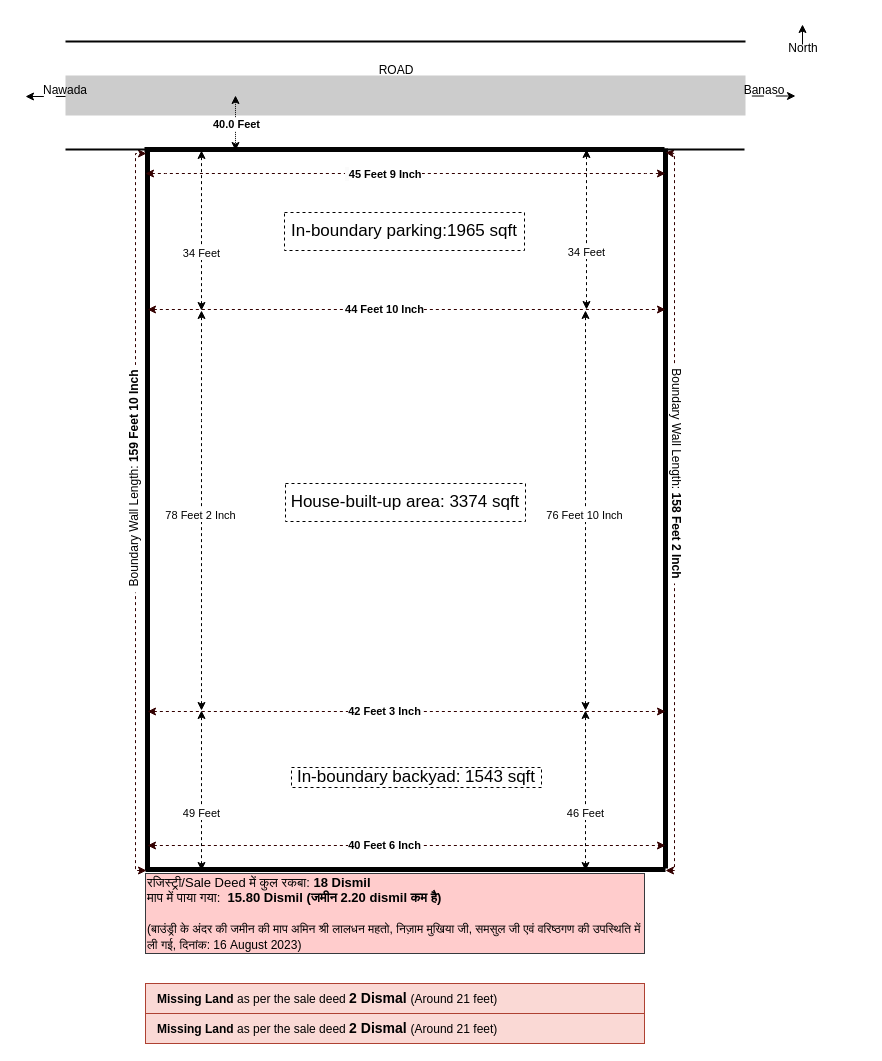
Before: drawing/banaso-land/Untitled Diagram.drawio in javabrown/draw.io, a draw.io diagram. Source tidied: cells renumbered, new cells numbered last; positions are measured from the earlier drawing's top-left corner, leaving out a move shared by most shapes. Both pictures are drawn from the tidied source at 100%, with x=0, y=0 at pixel (20, 24).
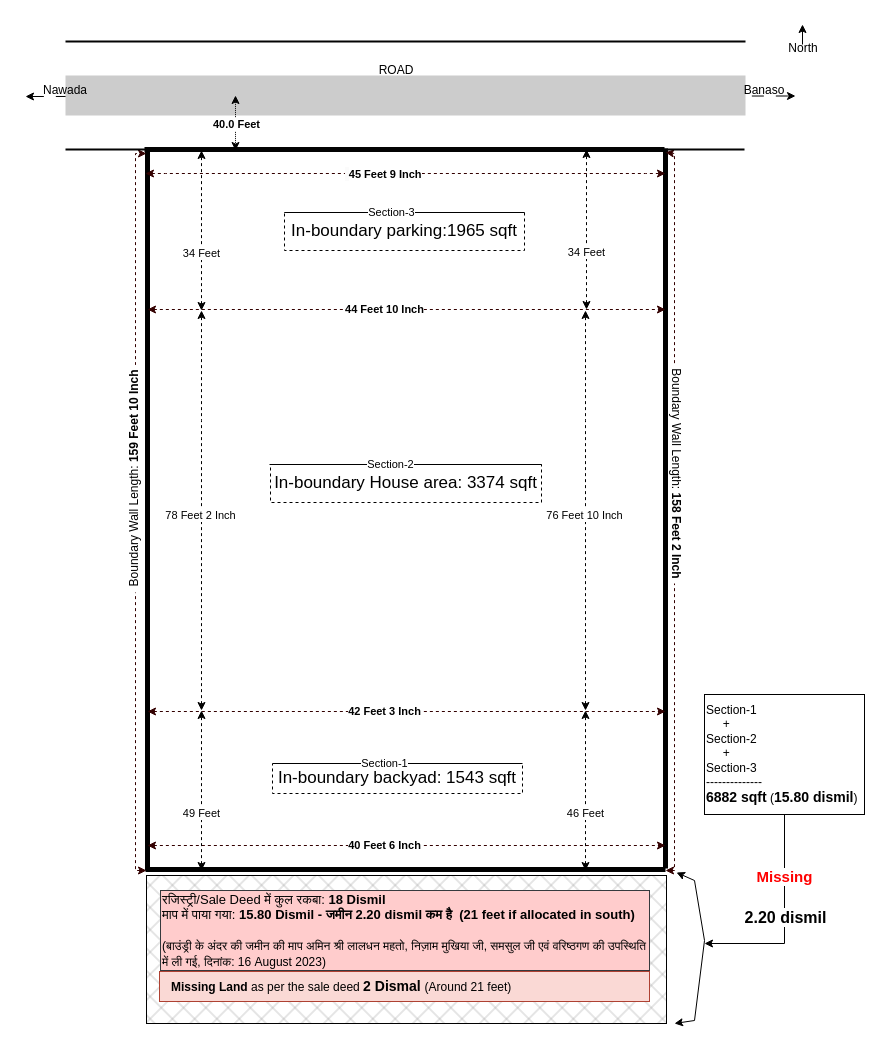
Above is the later version.

The change refers to these unchanged cells:
```xml
<mxCell id="43" value="In-boundary parking:1965 sqft" style="text;html=1;strokeColor=default;fillColor=none;align=center;verticalAlign=middle;whiteSpace=wrap;rounded=0;strokeWidth=1;fontSize=17;labelBorderColor=none;dashed=1;" parent="1" vertex="1">
  <mxGeometry x="264" y="188" width="240" height="38" as="geometry" />
</mxCell>
```

The edit, as a diff of the source:
```diff
@@
+    <mxCell id="51" style="rounded=0;whiteSpace=wrap;html=1;fillStyle=cross-hatch;fillColor=#999999;" parent="1" vertex="1">
+      <mxGeometry x="126" y="851" width="520" height="148" as="geometry" />
+    </mxCell>
@@
-    <mxCell id="41" value="&amp;nbsp; &amp;nbsp;&lt;b&gt;Missing Land&lt;/b&gt; as per the sale deed &lt;b&gt;&lt;font style=&quot;font-size: 14px;&quot;&gt;2 Dismal &lt;/font&gt;&lt;/b&gt;(Around 21 feet)" style="text;whiteSpace=wrap;html=1;fillColor=#fad9d5;strokeColor=#ae4132;" parent="1" vertex="1">
-      <mxGeometry x="125" y="989" width="499" height="30" as="geometry" />
-    </mxCell>
-    <mxCell id="42" value="&lt;span style=&quot;background-color: initial;&quot;&gt;रजिस्ट्री/Sale Deed में कुल रकबा: &lt;/span&gt;&lt;b style=&quot;background-color: initial;&quot;&gt;18 Dismil&lt;/b&gt;&lt;span style=&quot;background-color: initial;&quot;&gt;&amp;nbsp; &amp;nbsp; &amp;nbsp; &amp;nbsp;&lt;/span&gt;&lt;br&gt;&lt;span style=&quot;background-color: initial;&quot;&gt;माप में पाया गया:&amp;nbsp; &lt;/span&gt;&lt;b style=&quot;background-color: initial;&quot;&gt;15.80&amp;nbsp;&lt;/b&gt;&lt;b style=&quot;background-color: initial;&quot;&gt;Dismil&lt;/b&gt;&lt;b style=&quot;background-color: initial;&quot;&gt;&amp;nbsp;(&lt;/b&gt;&lt;b&gt;जमीन 2.20 dismil कम है)&lt;/b&gt;&lt;br&gt;&lt;br&gt;&lt;div style=&quot;&quot;&gt;&lt;font style=&quot;font-size: 12px;&quot;&gt;(बाउंड्री के अंदर की जमीन की माप अमिन श्री लालधन महतो, निज़ाम मुखिया जी, समसुल जी एवं वरिष्ठगण की उपस्थिति में ली गई, दिनांक: 16 August 2023)&lt;/font&gt;&lt;/div&gt;" style="text;html=1;align=left;verticalAlign=middle;whiteSpace=wrap;rounded=0;strokeColor=#36393d;fillColor=#ffcccc;fontSize=13;" parent="1" vertex="1">
-      <mxGeometry x="125" y="849" width="499" height="80" as="geometry" />
+    <mxCell id="42" value="&lt;span style=&quot;background-color: initial;&quot;&gt;रजिस्ट्री/Sale Deed में कुल रकबा: &lt;/span&gt;&lt;b style=&quot;background-color: initial;&quot;&gt;18 Dismil&lt;/b&gt;&lt;span style=&quot;background-color: initial;&quot;&gt;&amp;nbsp; &amp;nbsp; &amp;nbsp; &amp;nbsp;&lt;/span&gt;&lt;br&gt;&lt;span style=&quot;background-color: initial;&quot;&gt;माप में पाया गया:&amp;nbsp;&lt;/span&gt;&lt;b style=&quot;background-color: initial;&quot;&gt;15.80&amp;nbsp;&lt;/b&gt;&lt;b style=&quot;background-color: initial;&quot;&gt;Dismil&lt;/b&gt;&lt;b style=&quot;background-color: initial;&quot;&gt;&amp;nbsp;-&amp;nbsp;&lt;/b&gt;&lt;b&gt;जमीन 2.20 dismil कम है&amp;nbsp; (21 feet if allocated in south)&lt;/b&gt;&lt;br&gt;&lt;br&gt;&lt;div style=&quot;&quot;&gt;&lt;font style=&quot;font-size: 12px;&quot;&gt;(बाउंड्री के अंदर की जमीन की माप अमिन श्री लालधन महतो, निज़ाम मुखिया जी, समसुल जी एवं वरिष्ठगण की उपस्थिति में ली गई, दिनांक: 16 August 2023)&lt;/font&gt;&lt;/div&gt;" style="text;html=1;align=left;verticalAlign=middle;whiteSpace=wrap;rounded=0;strokeColor=#36393d;fillColor=#ffcccc;fontSize=13;" parent="1" vertex="1">
+      <mxGeometry x="140" y="866" width="489" height="80" as="geometry" />
     </mxCell>
@@
     <mxCell id="46" value="In-boundary backyad: 1543 sqft" style="text;html=1;strokeColor=default;fillColor=none;align=center;verticalAlign=middle;whiteSpace=wrap;rounded=0;strokeWidth=1;fontSize=17;labelBorderColor=none;dashed=1;" parent="1" vertex="1">
-      <mxGeometry x="271" y="743" width="250" height="20" as="geometry" />
+      <mxGeometry x="252" y="739" width="250" height="30" as="geometry" />
     </mxCell>
-    <mxCell id="47" value="House-built-up area: 3374 sqft" style="text;html=1;strokeColor=default;fillColor=none;align=center;verticalAlign=middle;whiteSpace=wrap;rounded=0;strokeWidth=1;fontSize=17;labelBorderColor=none;dashed=1;" parent="1" vertex="1">
-      <mxGeometry x="265" y="459" width="240" height="38" as="geometry" />
+    <mxCell id="47" value="In-boundary House area: 3374 sqft" style="text;html=1;strokeColor=default;fillColor=none;align=center;verticalAlign=middle;whiteSpace=wrap;rounded=0;strokeWidth=1;fontSize=17;labelBorderColor=none;dashed=1;" parent="1" vertex="1">
+      <mxGeometry x="250" y="440" width="271" height="38" as="geometry" />
     </mxCell>
@@
     <mxCell id="50" value="&amp;nbsp; &amp;nbsp;&lt;b&gt;Missing Land&lt;/b&gt; as per the sale deed &lt;b&gt;&lt;font style=&quot;font-size: 14px;&quot;&gt;2 Dismal &lt;/font&gt;&lt;/b&gt;(Around 21 feet)" style="text;whiteSpace=wrap;html=1;fillColor=#fad9d5;strokeColor=#ae4132;" parent="1" vertex="1">
-      <mxGeometry x="125" y="959" width="499" height="30" as="geometry" />
+      <mxGeometry x="139" y="947" width="490" height="30" as="geometry" />
     </mxCell>
+    <mxCell id="52" style="endArrow=classic;startArrow=classic;html=1;rounded=0;entryX=1;entryY=0;entryDx=0;entryDy=0;" parent="1" edge="1">
+      <mxGeometry relative="1" as="geometry">
+        <mxPoint x="654" y="999" as="sourcePoint" />
+        <mxPoint x="656" y="848" as="targetPoint" />
+        <Array as="points">
+          <mxPoint x="674" y="996" />
+          <mxPoint x="684" y="916" />
+          <mxPoint x="674" y="856" />
+        </Array>
+      </mxGeometry>
+    </mxCell>
+    <mxCell id="53" style="endArrow=none;html=1;rounded=0;entryX=1;entryY=0;entryDx=0;entryDy=0;" parent="1" edge="1" target="43">
+      <mxGeometry relative="1" as="geometry">
+        <mxPoint x="264" y="188" as="sourcePoint" />
+      </mxGeometry>
+    </mxCell>
+    <mxCell id="54" value="Section-3" style="edgeLabel;html=1;align=center;verticalAlign=middle;" parent="53" vertex="1">
+      <mxGeometry x="-0.12" y="1" relative="1" as="geometry" />
+    </mxCell>
+    <mxCell id="55" style="endArrow=none;html=1;rounded=0;entryX=1;entryY=0;entryDx=0;entryDy=0;" parent="1" edge="1" target="47">
+      <mxGeometry relative="1" as="geometry">
+        <mxPoint x="249" y="440" as="sourcePoint" />
+      </mxGeometry>
+    </mxCell>
+    <mxCell id="56" value="Section-2" style="edgeLabel;html=1;align=center;verticalAlign=middle;" parent="55" vertex="1">
+      <mxGeometry x="-0.12" y="1" relative="1" as="geometry" />
+    </mxCell>
+    <mxCell id="57" style="endArrow=none;html=1;rounded=0;entryX=1;entryY=0;entryDx=0;entryDy=0;" parent="1" edge="1" target="46">
+      <mxGeometry relative="1" as="geometry">
+        <mxPoint x="253" y="739" as="sourcePoint" />
+      </mxGeometry>
+    </mxCell>
+    <mxCell id="58" value="Section-1" style="edgeLabel;html=1;align=center;verticalAlign=middle;" parent="57" vertex="1">
+      <mxGeometry x="-0.12" y="1" relative="1" as="geometry" />
+    </mxCell>
+    <mxCell id="59" style="edgeStyle=orthogonalEdgeStyle;rounded=0;orthogonalLoop=1;jettySize=auto;html=1;" parent="1" edge="1">
+      <mxGeometry relative="1" as="geometry">
+        <mxPoint x="764" y="780" as="sourcePoint" />
+        <mxPoint x="684" y="919" as="targetPoint" />
+        <Array as="points">
+          <mxPoint x="764" y="919" />
+        </Array>
+      </mxGeometry>
+    </mxCell>
+    <mxCell id="60" value="Missing" style="edgeLabel;html=1;align=center;verticalAlign=middle;fontStyle=1;fontColor=#FF0000;fontSize=15;" parent="59" vertex="1">
+      <mxGeometry x="-0.35" y="-1" relative="1" as="geometry" />
+    </mxCell>
+    <mxCell id="61" value="&lt;font style=&quot;font-size: 16px;&quot;&gt;&lt;b&gt;&amp;nbsp;2.20 dismil&amp;nbsp;&lt;/b&gt;&lt;/font&gt;" style="edgeLabel;html=1;align=center;verticalAlign=middle;" parent="59" vertex="1">
+      <mxGeometry x="0.02" relative="1" as="geometry" />
+    </mxCell>
+    <mxCell id="62" value="Section-1&amp;nbsp;&lt;br&gt;&amp;nbsp; &amp;nbsp; &amp;nbsp;+&lt;br&gt;Section-2&lt;br&gt;&amp;nbsp; &amp;nbsp; &amp;nbsp;+&lt;br&gt;Section-3&lt;br&gt;--------------&lt;br&gt;&lt;font style=&quot;font-size: 14px;&quot;&gt;&lt;b&gt;6882 sqft&lt;/b&gt;&lt;/font&gt; (&lt;b&gt;&lt;font style=&quot;font-size: 14px;&quot;&gt;15.80 dismil&lt;/font&gt;&lt;/b&gt;)" style="text;html=1;strokeColor=default;fillColor=default;align=left;verticalAlign=middle;whiteSpace=wrap;rounded=0;fontStyle=0;" parent="1" vertex="1">
+      <mxGeometry x="684" y="670" width="160" height="120" as="geometry" />
+    </mxCell>
```
